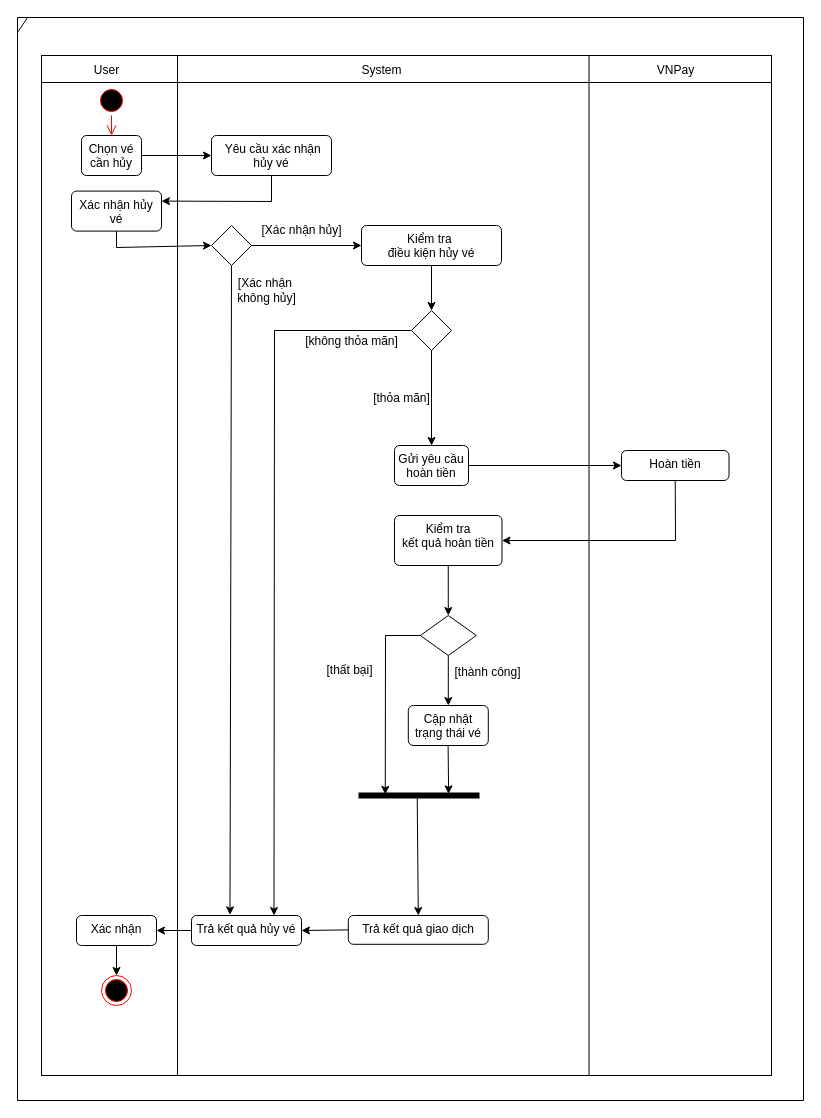
This is Activity Diagram/UC Quản Lý Vé/xml/Hủy Vé.drawio from dvhAoU1374/IT3120-PTTKHT, a draw.io file, before an edit. Source tidied: cells renumbered, new cells numbered last; positions are measured from the earlier drawing's top-left corner, leaving out a move shared by most shapes. Both pictures are drawn from the tidied source at 100%, with x=0, y=0 at pixel (17, 17).
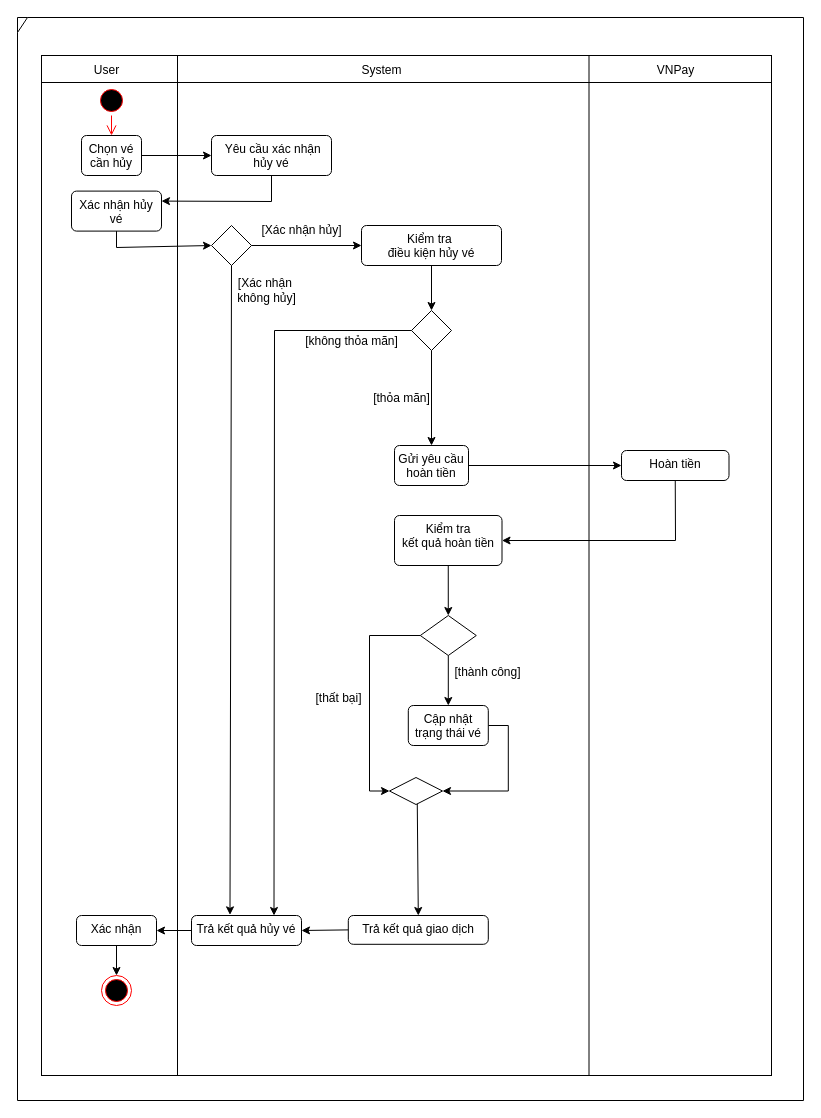
The same diagram, later.

Unchanged cells that the change refers to:
```xml
<mxCell id="15" value="Trả kết quả giao dịch" style="html=1;align=center;verticalAlign=top;rounded=1;absoluteArcSize=1;arcSize=10;dashed=0;whiteSpace=wrap;" parent="1" vertex="1">
  <mxGeometry x="330.8" y="898" width="140" height="28.8" as="geometry" />
</mxCell>
<mxCell id="43" style="rhombus;whiteSpace=wrap;html=1;direction=south;" parent="1" vertex="1">
  <mxGeometry x="402.8" y="598" width="56" height="40" as="geometry" />
</mxCell>
<mxCell id="44" value="Cập nhật&lt;div&gt;trạng thái vé&lt;/div&gt;" style="html=1;align=center;verticalAlign=top;rounded=1;absoluteArcSize=1;arcSize=10;dashed=0;whiteSpace=wrap;" parent="1" vertex="1">
  <mxGeometry x="390.8" y="688" width="80" height="40" as="geometry" />
</mxCell>
```

Diff of the diagram source:
```diff
@@
+    <mxCell id="53" style="edgeStyle=orthogonalEdgeStyle;rounded=0;jettySize=auto;html=1;exitX=0.5;exitY=1;exitDx=0;exitDy=0;entryX=0.5;entryY=1;entryDx=0;entryDy=0;" parent="1" edge="1" source="43" target="55">
+      <mxGeometry relative="1" as="geometry">
+        <Array as="points">
+          <mxPoint x="352" y="618" />
+          <mxPoint x="352" y="774" />
+        </Array>
+      </mxGeometry>
+    </mxCell>
@@
+    <mxCell id="54" style="edgeStyle=orthogonalEdgeStyle;rounded=0;jettySize=auto;html=1;exitX=1;exitY=0.5;exitDx=0;exitDy=0;entryX=0.5;entryY=0;entryDx=0;entryDy=0;" parent="1" edge="1" source="44" target="55">
+      <mxGeometry relative="1" as="geometry" />
+    </mxCell>
@@
-    <mxCell id="47" style="endArrow=classic;html=1;rounded=0;exitX=0.5;exitY=1;exitDx=0;exitDy=0;entryX=0.279;entryY=0.781;entryDx=0;entryDy=0;entryPerimeter=0;" parent="1" edge="1" source="43" target="49">
-      <mxGeometry relative="1" as="geometry">
-        <Array as="points">
-          <mxPoint x="368" y="618" />
-        </Array>
-      </mxGeometry>
-    </mxCell>
     <mxCell id="48" value="[thất bại]" style="text;html=1;align=center;verticalAlign=middle;strokeColor=none;fillColor=none;" parent="1" vertex="1">
-      <mxGeometry x="300" y="640" width="64" height="26" as="geometry" />
+      <mxGeometry x="289" y="668" width="64" height="26" as="geometry" />
     </mxCell>
-    <mxCell id="49" style="html=1;points=[];perimeter=orthogonalPerimeter;fillColor=strokeColor;rotation=90;" parent="1" vertex="1">
-      <mxGeometry x="399" y="718" width="5" height="120" as="geometry" />
-    </mxCell>
-    <mxCell id="50" style="endArrow=classic;html=1;rounded=0;exitX=1;exitY=0.5;exitDx=0;exitDy=0;entryX=0.169;entryY=0.253;entryDx=0;entryDy=0;entryPerimeter=0;" parent="1" edge="1" target="49">
-      <mxGeometry relative="1" as="geometry">
-        <mxPoint x="430.6" y="728" as="sourcePoint" />
-      </mxGeometry>
-    </mxCell>
-    <mxCell id="51" style="endArrow=classic;html=1;rounded=0;exitX=0.39;exitY=0.515;exitDx=0;exitDy=0;entryX=0.5;entryY=0;entryDx=0;entryDy=0;exitPerimeter=0;" parent="1" edge="1" source="49" target="15">
-      <mxGeometry relative="1" as="geometry" />
+    <mxCell id="51" style="endArrow=classic;html=1;rounded=0;exitX=0.39;exitY=0.515;exitDx=0;exitDy=0;entryX=0.5;entryY=0;entryDx=0;entryDy=0;exitPerimeter=0;" parent="1" edge="1" target="15">
+      <mxGeometry relative="1" as="geometry">
+        <mxPoint x="399.7" y="777.5" as="sourcePoint" />
+      </mxGeometry>
     </mxCell>
@@
+    <mxCell id="55" style="rhombus;whiteSpace=wrap;html=1;direction=south;" parent="1" vertex="1">
+      <mxGeometry x="372" y="760" width="53" height="27" as="geometry" />
+    </mxCell>
```
